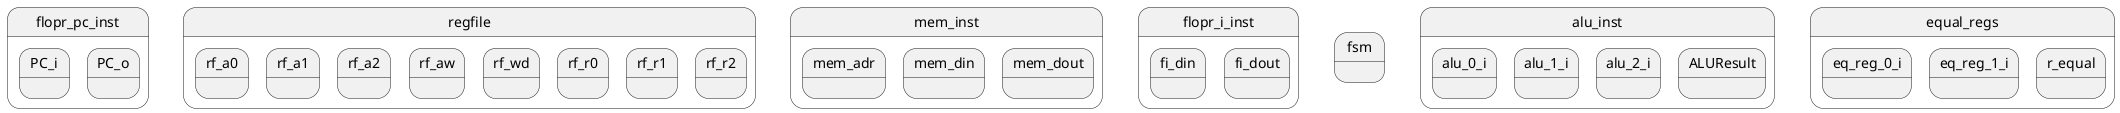
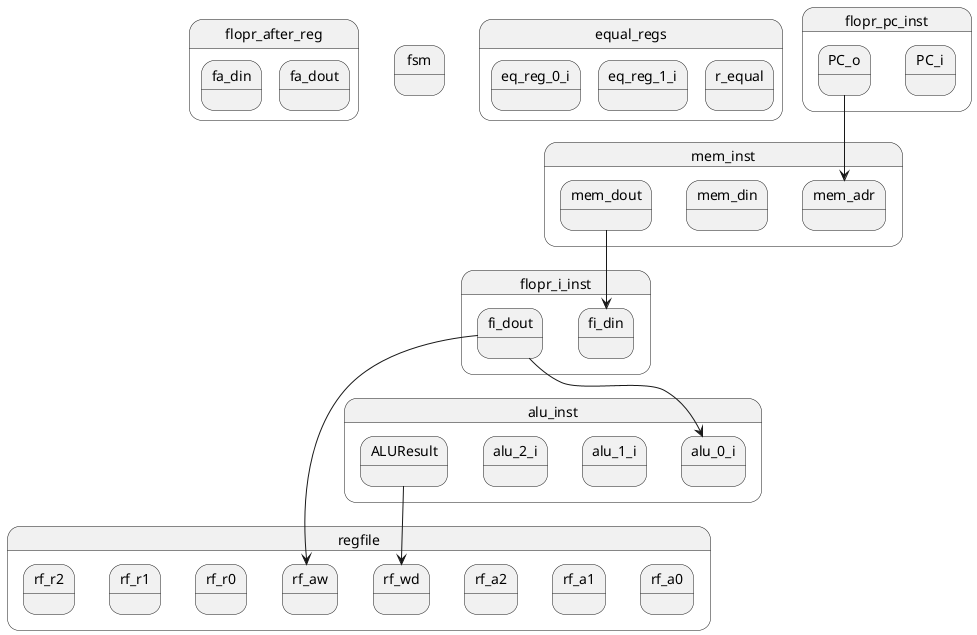
@startuml ttt

state flopr_pc_inst {
    state PC_i
    state PC_o
+ }
+ 
+ 
+ state mem_inst {
+     state mem_adr
+     state mem_din
+     state mem_dout
+ }
+ 
+ 
+ state flopr_i_inst {
+     state fi_din
+     state fi_dout
}

state regfile {
    state rf_a0
    state rf_a1
    state rf_a2
    state rf_aw
    state rf_wd
    state rf_r0
    state rf_r1
    state rf_r2
}


- 
- state mem_inst {
-     state mem_adr
-     state mem_din
-     state mem_dout
+ state flopr_after_reg {
+     state fa_din
+     state fa_dout
}
- 
- 
- 
- state flopr_i_inst {
-     state fi_din
-     state fi_dout
- }
- 
- 


state fsm {
}


state alu_inst {
    state alu_0_i
    state alu_1_i
    state alu_2_i
    state ALUResult
}



state equal_regs {
    state eq_reg_0_i
    state eq_reg_1_i
    state r_equal
}

+ mem_dout --> fi_din
+ fi_dout --> alu_0_i
+ ALUResult --> rf_wd
+ fi_dout --> rf_aw
+ PC_o --> mem_adr
+ 
@enduml